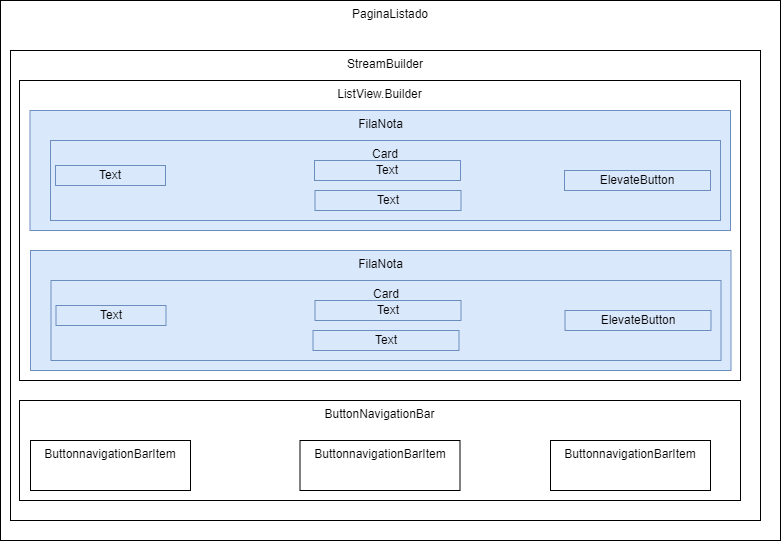
Earlier version of the draw.io export imagen2.png (escuelainformatica/FlutterEditorNota). Source tidied: cells renumbered, new cells last; positions are measured from the earlier drawing's top-left corner, leaving out a move shared by most shapes.
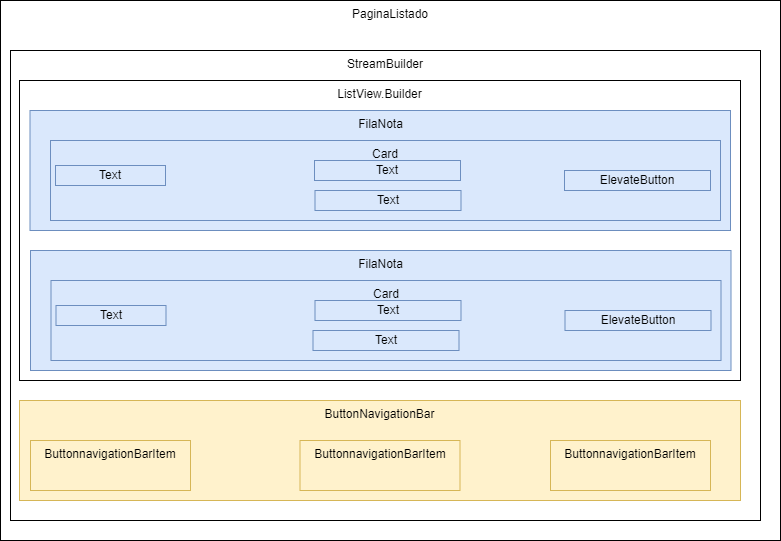
Later version of the same file.

What changed in the source:
```diff
@@ -14,16 +14,16 @@
     <mxCell id="5" value="FilaNota" style="rounded=0;whiteSpace=wrap;html=1;verticalAlign=top;fillColor=#dae8fc;strokeColor=#6c8ebf;" parent="1" vertex="1">
       <mxGeometry x="29.5" y="110" width="700.5" height="120" as="geometry" />
     </mxCell>
-    <mxCell id="6" value="ButtonNavigationBar" style="rounded=0;whiteSpace=wrap;html=1;verticalAlign=top;" parent="1" vertex="1">
+    <mxCell id="6" value="ButtonNavigationBar" style="rounded=0;whiteSpace=wrap;html=1;verticalAlign=top;fillColor=#fff2cc;strokeColor=#d6b656;" parent="1" vertex="1">
       <mxGeometry x="19" y="400" width="721" height="100" as="geometry" />
     </mxCell>
-    <mxCell id="7" value="ButtonnavigationBarItem" style="rounded=0;whiteSpace=wrap;html=1;verticalAlign=top;" parent="1" vertex="1">
+    <mxCell id="7" value="ButtonnavigationBarItem" style="rounded=0;whiteSpace=wrap;html=1;verticalAlign=top;fillColor=#fff2cc;strokeColor=#d6b656;" parent="1" vertex="1">
       <mxGeometry x="30" y="440" width="160" height="50" as="geometry" />
     </mxCell>
-    <mxCell id="8" value="ButtonnavigationBarItem" style="rounded=0;whiteSpace=wrap;html=1;verticalAlign=top;" parent="1" vertex="1">
+    <mxCell id="8" value="ButtonnavigationBarItem" style="rounded=0;whiteSpace=wrap;html=1;verticalAlign=top;fillColor=#fff2cc;strokeColor=#d6b656;" parent="1" vertex="1">
       <mxGeometry x="299.5" y="440" width="160" height="50" as="geometry" />
     </mxCell>
-    <mxCell id="9" value="ButtonnavigationBarItem" style="rounded=0;whiteSpace=wrap;html=1;verticalAlign=top;" parent="1" vertex="1">
+    <mxCell id="9" value="ButtonnavigationBarItem" style="rounded=0;whiteSpace=wrap;html=1;verticalAlign=top;fillColor=#fff2cc;strokeColor=#d6b656;" parent="1" vertex="1">
       <mxGeometry x="550" y="440" width="160" height="50" as="geometry" />
     </mxCell>
     <mxCell id="10" value="Card" style="rounded=0;whiteSpace=wrap;html=1;verticalAlign=top;fillColor=#dae8fc;strokeColor=#6c8ebf;" parent="1" vertex="1">
```
